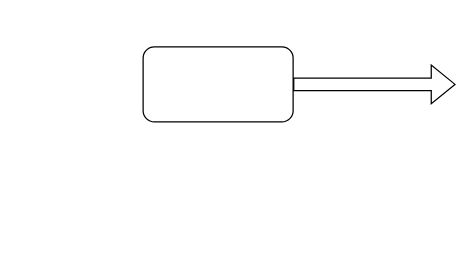
Above: Untitled Diagram.drawio in TruongLe-Arup/arup_truongle_repo1 (draw.io), before the change. Source tidied: cells renumbered, new cells numbered last; positions are measured from the earlier drawing's top-left corner, leaving out a move shared by most shapes. Both pictures are drawn from the tidied source at 125%, with x=0, y=0 at pixel (142, 46).
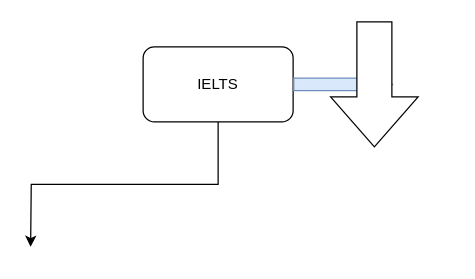
The same diagram, later.

The edit, as a diff of the source:
```diff
@@
 <mxGraphModel>
   <root>
     <mxCell id="0" />
     <mxCell id="1" parent="0" />
+    <mxCell id="4" style="edgeStyle=orthogonalEdgeStyle;rounded=0;jettySize=auto;html=1;exitX=0.5;exitY=1;exitDx=0;exitDy=0;" parent="1" edge="1" source="2">
+      <mxGeometry relative="1" as="geometry">
+        <mxPoint x="-90" y="160" as="targetPoint" />
+      </mxGeometry>
+    </mxCell>
-    <mxCell id="2" style="rounded=1;whiteSpace=wrap;html=1;" parent="1" vertex="1">
+    <mxCell id="2" value="IELTS" style="rounded=1;whiteSpace=wrap;html=1;" parent="1" vertex="1">
       <mxGeometry width="120" height="60" as="geometry" />
     </mxCell>
-    <mxCell id="3" style="shape=flexArrow;endArrow=classic;html=1;rounded=0;exitX=1;exitY=0.5;exitDx=0;exitDy=0;" parent="1" edge="1" source="2">
+    <mxCell id="3" style="shape=flexArrow;endArrow=classic;html=1;rounded=0;exitX=1;exitY=0.5;exitDx=0;exitDy=0;fillColor=#dae8fc;strokeColor=#6c8ebf;" parent="1" edge="1" source="2">
       <mxGeometry relative="1" as="geometry">
-        <mxPoint x="250" y="30" as="targetPoint" />
+        <mxPoint x="200" y="30" as="targetPoint" />
       </mxGeometry>
     </mxCell>
+    <mxCell id="5" style="html=1;shadow=0;dashed=0;align=center;verticalAlign=middle;shape=mxgraph.arrows2.arrow;dy=0.6;dx=40;direction=south;notch=0;" parent="1" vertex="1">
+      <mxGeometry x="150" y="-20" width="70" height="100" as="geometry" />
+    </mxCell>
   </root>
 </mxGraphModel>
```
